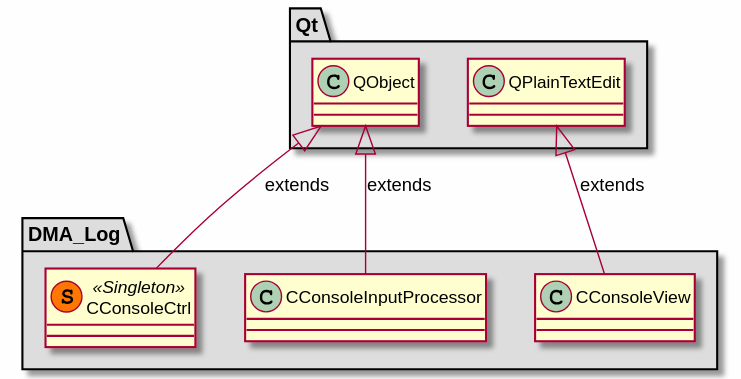
Before: md/dev_docs/puml/DMA_Log_standalone.svg, a diagram exported from PlantUML (svlad-90/DLT-Message-Analyzer).
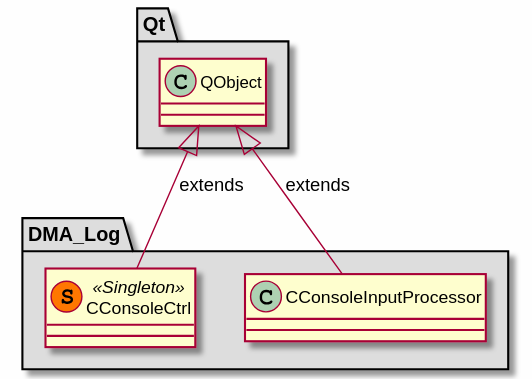
The same file after the commit.

The edit, as a diff of the source:
```diff
@@ -13,10 +13,6 @@
 {
 }
 
-class "CConsoleView"
-{
-}
-
 }
 
 package "Qt" #DDDDDD
@@ -26,14 +22,9 @@
 {
 }
 
-class "QPlainTextEdit"
-{
-}
-
 }
 
 QObject <|-- CConsoleCtrl : extends
 QObject <|-- CConsoleInputProcessor : extends
-QPlainTextEdit <|-- CConsoleView : extends
 
 @enduml
```
